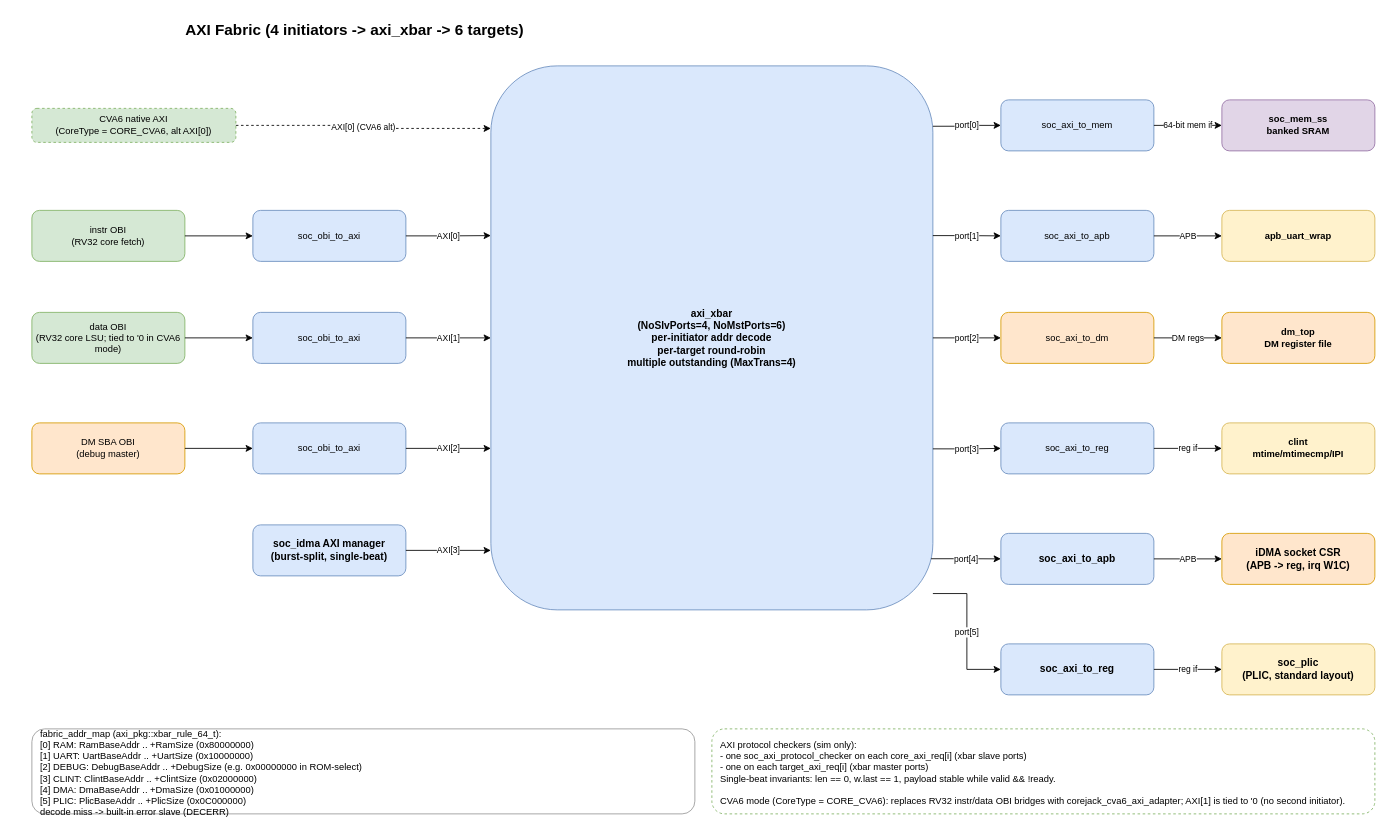
Earlier version of the draw.io diagram page "AXI Fabric" (2 of 8) of docs/media/corejack_soc.drawio (patrickerich/corejack). Source tidied: cells renumbered, new cells numbered last; positions are measured from the earlier drawing's top-left corner, leaving out a move shared by most shapes. Both pictures are drawn from the tidied source at 85%, with x=0, y=0 at pixel (14, 14).
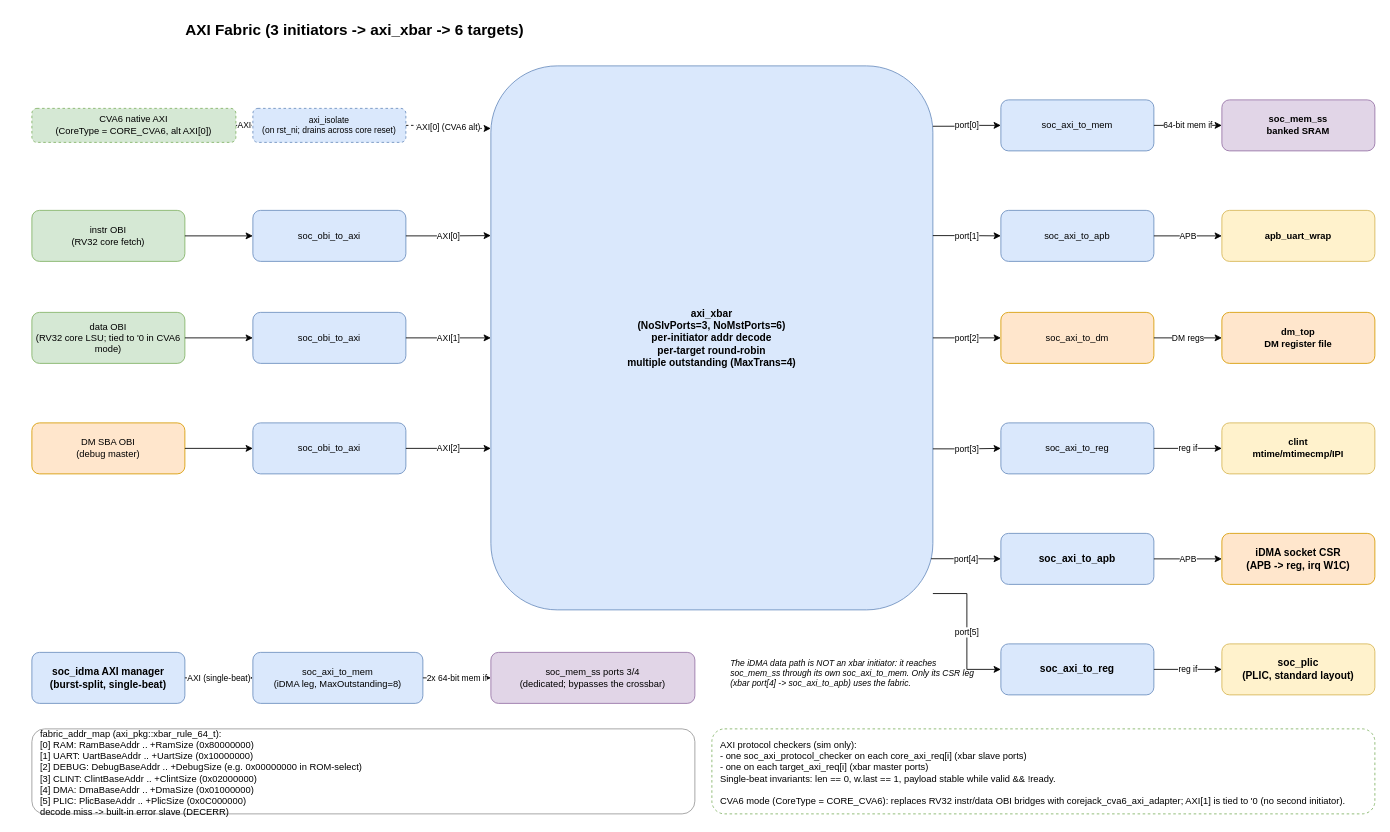
Above is the later version.

Commit message (it also covers changes not shown here):
Redraw the block diagrams for the current fabric

The change refers to these unchanged cells:
```xml
<mxCell id="3" value="CVA6 native AXI&#10;(CoreType = CORE_CVA6, alt AXI[0])" style="rounded=1;whiteSpace=wrap;html=1;fillColor=#d5e8d4;strokeColor=#82b366;fontSize=11;verticalAlign=middle;dashed=1;" parent="1" vertex="1">
  <mxGeometry x="20" y="110" width="240" height="40" as="geometry" />
</mxCell>
```

What changed in the source:
```diff
@@
-    <mxCell id="2" value="AXI Fabric (4 initiators -&gt; axi_xbar -&gt; 6 targets)" style="text;html=1;strokeColor=none;fillColor=none;align=center;verticalAlign=middle;whiteSpace=wrap;rounded=0;fontSize=18;fontStyle=1;" parent="1" vertex="1">
+    <mxCell id="2" value="AXI Fabric (3 initiators -&gt; axi_xbar -&gt; 6 targets)" style="text;html=1;strokeColor=none;fillColor=none;align=center;verticalAlign=middle;whiteSpace=wrap;rounded=0;fontSize=18;fontStyle=1;" parent="1" vertex="1">
       <mxGeometry width="800" height="36" as="geometry" />
     </mxCell>
@@
-    <mxCell id="10" value="axi_xbar&#10;(NoSlvPorts=4, NoMstPorts=6)&#10;per-initiator addr decode&#10;per-target round-robin&#10;multiple outstanding (MaxTrans=4)" style="rounded=1;whiteSpace=wrap;html=1;fillColor=#dae8fc;strokeColor=#6c8ebf;fontSize=12;fontStyle=1;verticalAlign=middle;" parent="1" vertex="1">
+    <mxCell id="10" value="axi_xbar&#10;(NoSlvPorts=3, NoMstPorts=6)&#10;per-initiator addr decode&#10;per-target round-robin&#10;multiple outstanding (MaxTrans=4)" style="rounded=1;whiteSpace=wrap;html=1;fillColor=#dae8fc;strokeColor=#6c8ebf;fontSize=12;fontStyle=1;verticalAlign=middle;" parent="1" vertex="1">
       <mxGeometry x="560" y="60" width="520" height="640" as="geometry" />
     </mxCell>
     <mxCell id="11" value="soc_idma AXI manager&#10;(burst-split, single-beat)" style="rounded=1;whiteSpace=wrap;html=1;fillColor=#dae8fc;strokeColor=#6c8ebf;fontSize=12;fontStyle=1;verticalAlign=middle;" parent="1" vertex="1">
-      <mxGeometry x="280" y="600" width="180" height="60" as="geometry" />
+      <mxGeometry x="20" y="750" width="180" height="60" as="geometry" />
     </mxCell>
@@
-    <mxCell id="14" value="AXI[3]" style="endArrow=classic;html=1;edgeStyle=orthogonalEdgeStyle;rounded=0;fontSize=10;exitX=1;exitY=0.5;" parent="1" edge="1" source="11">
-      <mxGeometry relative="1" as="geometry">
-        <mxPoint x="560" y="630" as="targetPoint" />
-      </mxGeometry>
+    <mxCell id="14" value="AXI (single-beat)" style="endArrow=classic;html=1;edgeStyle=orthogonalEdgeStyle;rounded=0;fontSize=10;exitX=1;exitY=0.5;entryX=0;entryY=0.5;" parent="1" edge="1" source="11" target="48">
+      <mxGeometry relative="1" as="geometry" />
     </mxCell>
@@
-    <mxCell id="31" value="AXI[0] (CVA6 alt)" style="endArrow=classic;html=1;edgeStyle=orthogonalEdgeStyle;rounded=0;exitX=1;exitY=0.5;fontSize=10;dashed=1;entryX=0;entryY=0.115;entryDx=0;entryDy=0;entryPerimeter=0;" parent="1" edge="1" source="3" target="10">
+    <mxCell id="31" value="AXI" style="endArrow=classic;html=1;edgeStyle=orthogonalEdgeStyle;rounded=0;exitX=1;exitY=0.5;fontSize=10;dashed=1;entryX=0;entryY=0.5;entryDx=0;entryDy=0;" parent="1" edge="1" source="3" target="46">
       <mxGeometry relative="1" as="geometry" />
     </mxCell>
@@
+    <mxCell id="46" value="axi_isolate&#10;(on rst_ni; drains across core reset)" style="rounded=1;whiteSpace=wrap;html=1;fillColor=#dae8fc;strokeColor=#6c8ebf;fontSize=10;verticalAlign=middle;dashed=1;" parent="1" vertex="1">
+      <mxGeometry x="280" y="110" width="180" height="40" as="geometry" />
+    </mxCell>
+    <mxCell id="47" value="AXI[0] (CVA6 alt)" style="endArrow=classic;html=1;edgeStyle=orthogonalEdgeStyle;rounded=0;exitX=1;exitY=0.5;fontSize=10;dashed=1;entryX=0;entryY=0.115;entryDx=0;entryDy=0;entryPerimeter=0;" parent="1" edge="1" source="46" target="10">
+      <mxGeometry relative="1" as="geometry" />
+    </mxCell>
+    <mxCell id="48" value="soc_axi_to_mem&#10;(iDMA leg, MaxOutstanding=8)" style="rounded=1;whiteSpace=wrap;html=1;fillColor=#dae8fc;strokeColor=#6c8ebf;fontSize=11;verticalAlign=middle;" parent="1" vertex="1">
+      <mxGeometry x="280" y="750" width="200" height="60" as="geometry" />
+    </mxCell>
+    <mxCell id="49" value="soc_mem_ss ports 3/4&#10;(dedicated; bypasses the crossbar)" style="rounded=1;whiteSpace=wrap;html=1;fillColor=#e1d5e7;strokeColor=#9673a6;fontSize=11;verticalAlign=middle;" parent="1" vertex="1">
+      <mxGeometry x="560" y="750" width="240" height="60" as="geometry" />
+    </mxCell>
+    <mxCell id="50" value="2x 64-bit mem if" style="endArrow=classic;html=1;edgeStyle=orthogonalEdgeStyle;rounded=0;fontSize=10;exitX=1;exitY=0.5;entryX=0;entryY=0.5;" parent="1" edge="1" source="48" target="49">
+      <mxGeometry relative="1" as="geometry" />
+    </mxCell>
+    <mxCell id="51" value="The iDMA data path is NOT an xbar initiator: it reaches soc_mem_ss through its own soc_axi_to_mem. Only its CSR leg (xbar port[4] -&gt; soc_axi_to_apb) uses the fabric." style="text;html=1;strokeColor=none;fillColor=none;align=left;verticalAlign=top;whiteSpace=wrap;rounded=0;fontSize=10;fontStyle=2;" parent="1" vertex="1">
+      <mxGeometry x="840" y="750" width="300" height="70" as="geometry" />
+    </mxCell>
```
